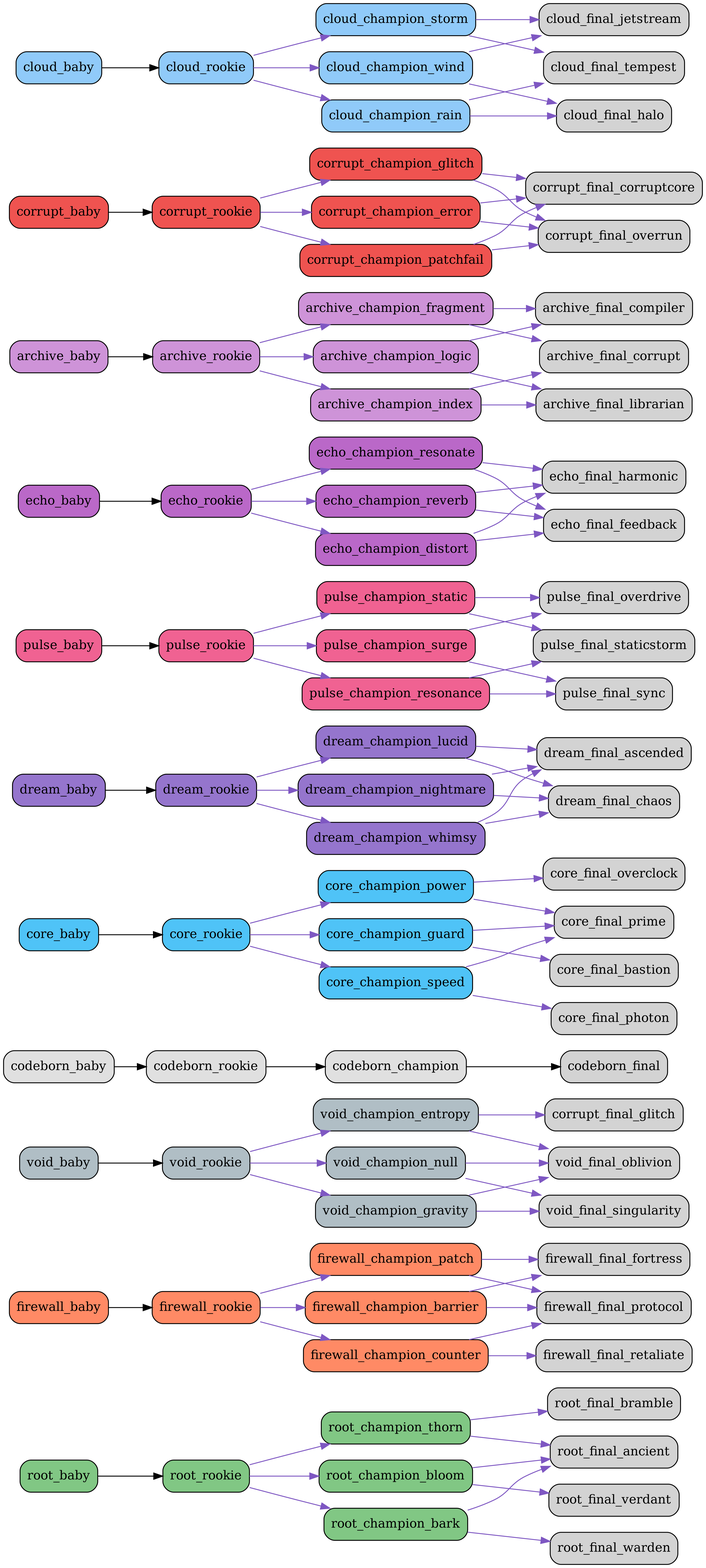
The Graphviz diagram src/netgrid/systems/evolution/graphs/full/evolution_graph.png in bwlight/NetGrid, before a commit. Its source is kept beside it as src/netgrid/systems/evolution/graphs/full/evolution_graph.dot.
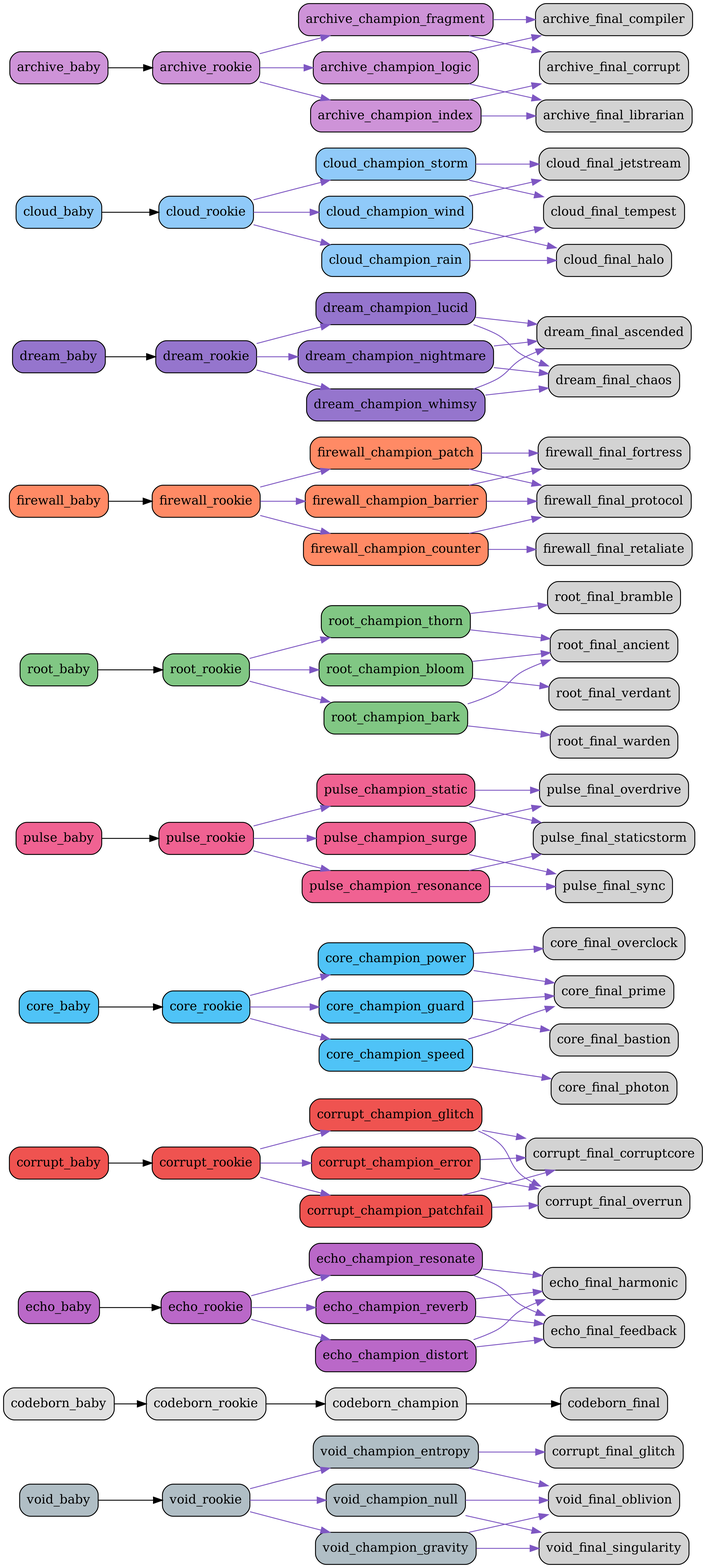
The same file after the commit.

Commit message:
Auto-update evolution graphs

What changed in the source:
```diff
@@ -1,6 +1,87 @@
 digraph EvolutionTree {
   rankdir=LR;
   node [shape=box, style="rounded,filled"];
+  "void_baby" [fillcolor="#b0bec5"];
+  "void_baby" -> "void_rookie";
+  "void_rookie" [fillcolor="#b0bec5"];
+  "void_rookie" -> "void_champion_entropy" [color="#7e57c2"];
+  "void_rookie" -> "void_champion_gravity" [color="#7e57c2"];
+  "void_rookie" -> "void_champion_null" [color="#7e57c2"];
+  "void_champion_entropy" [fillcolor="#b0bec5"];
+  "void_champion_entropy" -> "corrupt_final_glitch" [color="#7e57c2"];
+  "void_champion_entropy" -> "void_final_oblivion" [color="#7e57c2"];
+  "void_champion_gravity" [fillcolor="#b0bec5"];
+  "void_champion_gravity" -> "void_final_singularity" [color="#7e57c2"];
+  "void_champion_gravity" -> "void_final_oblivion" [color="#7e57c2"];
+  "void_champion_null" [fillcolor="#b0bec5"];
+  "void_champion_null" -> "void_final_oblivion" [color="#7e57c2"];
+  "void_champion_null" -> "void_final_singularity" [color="#7e57c2"];
+  "codeborn_baby" [fillcolor="#e0e0e0"];
+  "codeborn_baby" -> "codeborn_rookie";
+  "codeborn_rookie" [fillcolor="#e0e0e0"];
+  "codeborn_rookie" -> "codeborn_champion";
+  "codeborn_champion" [fillcolor="#e0e0e0"];
+  "codeborn_champion" -> "codeborn_final";
+  "echo_baby" [fillcolor="#ba68c8"];
+  "echo_baby" -> "echo_rookie";
+  "echo_rookie" [fillcolor="#ba68c8"];
+  "echo_rookie" -> "echo_champion_resonate" [color="#7e57c2"];
+  "echo_rookie" -> "echo_champion_reverb" [color="#7e57c2"];
+  "echo_rookie" -> "echo_champion_distort" [color="#7e57c2"];
+  "echo_champion_resonate" [fillcolor="#ba68c8"];
+  "echo_champion_resonate" -> "echo_final_harmonic" [color="#7e57c2"];
+  "echo_champion_resonate" -> "echo_final_feedback" [color="#7e57c2"];
+  "echo_champion_reverb" [fillcolor="#ba68c8"];
+  "echo_champion_reverb" -> "echo_final_feedback" [color="#7e57c2"];
+  "echo_champion_reverb" -> "echo_final_harmonic" [color="#7e57c2"];
+  "echo_champion_distort" [fillcolor="#ba68c8"];
+  "echo_champion_distort" -> "echo_final_feedback" [color="#7e57c2"];
+  "echo_champion_distort" -> "echo_final_harmonic" [color="#7e57c2"];
+  "corrupt_baby" [fillcolor="#ef5350"];
+  "corrupt_baby" -> "corrupt_rookie";
+  "corrupt_rookie" [fillcolor="#ef5350"];
+  "corrupt_rookie" -> "corrupt_champion_glitch" [color="#7e57c2"];
+  "corrupt_rookie" -> "corrupt_champion_error" [color="#7e57c2"];
+  "corrupt_rookie" -> "corrupt_champion_patchfail" [color="#7e57c2"];
+  "corrupt_champion_glitch" [fillcolor="#ef5350"];
+  "corrupt_champion_glitch" -> "corrupt_final_corruptcore" [color="#7e57c2"];
+  "corrupt_champion_glitch" -> "corrupt_final_overrun" [color="#7e57c2"];
+  "corrupt_champion_error" [fillcolor="#ef5350"];
+  "corrupt_champion_error" -> "corrupt_final_overrun" [color="#7e57c2"];
+  "corrupt_champion_error" -> "corrupt_final_corruptcore" [color="#7e57c2"];
+  "corrupt_champion_patchfail" [fillcolor="#ef5350"];
+  "corrupt_champion_patchfail" -> "corrupt_final_corruptcore" [color="#7e57c2"];
+  "corrupt_champion_patchfail" -> "corrupt_final_overrun" [color="#7e57c2"];
+  "core_baby" [fillcolor="#4fc3f7"];
+  "core_baby" -> "core_rookie";
+  "core_rookie" [fillcolor="#4fc3f7"];
+  "core_rookie" -> "core_champion_power" [color="#7e57c2"];
+  "core_rookie" -> "core_champion_guard" [color="#7e57c2"];
+  "core_rookie" -> "core_champion_speed" [color="#7e57c2"];
+  "core_champion_power" [fillcolor="#4fc3f7"];
+  "core_champion_power" -> "core_final_overclock" [color="#7e57c2"];
+  "core_champion_power" -> "core_final_prime" [color="#7e57c2"];
+  "core_champion_guard" [fillcolor="#4fc3f7"];
+  "core_champion_guard" -> "core_final_bastion" [color="#7e57c2"];
+  "core_champion_guard" -> "core_final_prime" [color="#7e57c2"];
+  "core_champion_speed" [fillcolor="#4fc3f7"];
+  "core_champion_speed" -> "core_final_photon" [color="#7e57c2"];
+  "core_champion_speed" -> "core_final_prime" [color="#7e57c2"];
+  "pulse_baby" [fillcolor="#f06292"];
+  "pulse_baby" -> "pulse_rookie";
+  "pulse_rookie" [fillcolor="#f06292"];
+  "pulse_rookie" -> "pulse_champion_surge" [color="#7e57c2"];
+  "pulse_rookie" -> "pulse_champion_resonance" [color="#7e57c2"];
+  "pulse_rookie" -> "pulse_champion_static" [color="#7e57c2"];
+  "pulse_champion_surge" [fillcolor="#f06292"];
+  "pulse_champion_surge" -> "pulse_final_overdrive" [color="#7e57c2"];
+  "pulse_champion_surge" -> "pulse_final_sync" [color="#7e57c2"];
+  "pulse_champion_resonance" [fillcolor="#f06292"];
+  "pulse_champion_resonance" -> "pulse_final_sync" [color="#7e57c2"];
+  "pulse_champion_resonance" -> "pulse_final_staticstorm" [color="#7e57c2"];
+  "pulse_champion_static" [fillcolor="#f06292"];
+  "pulse_champion_static" -> "pulse_final_staticstorm" [color="#7e57c2"];
+  "pulse_champion_static" -> "pulse_final_overdrive" [color="#7e57c2"];
   "root_baby" [fillcolor="#81c784"];
   "root_baby" -> "root_rookie";
   "root_rookie" [fillcolor="#81c784"];
@@ -31,42 +112,6 @@
   "firewall_champion_patch" [fillcolor="#ff8a65"];
   "firewall_champion_patch" -> "firewall_final_protocol" [color="#7e57c2"];
   "firewall_champion_patch" -> "firewall_final_fortress" [color="#7e57c2"];
-  "void_baby" [fillcolor="#b0bec5"];
-  "void_baby" -> "void_rookie";
-  "void_rookie" [fillcolor="#b0bec5"];
-  "void_rookie" -> "void_champion_entropy" [color="#7e57c2"];
-  "void_rookie" -> "void_champion_gravity" [color="#7e57c2"];
-  "void_rookie" -> "void_champion_null" [color="#7e57c2"];
-  "void_champion_entropy" [fillcolor="#b0bec5"];
-  "void_champion_entropy" -> "corrupt_final_glitch" [color="#7e57c2"];
-  "void_champion_entropy" -> "void_final_oblivion" [color="#7e57c2"];
-  "void_champion_gravity" [fillcolor="#b0bec5"];
-  "void_champion_gravity" -> "void_final_singularity" [color="#7e57c2"];
-  "void_champion_gravity" -> "void_final_oblivion" [color="#7e57c2"];
-  "void_champion_null" [fillcolor="#b0bec5"];
-  "void_champion_null" -> "void_final_oblivion" [color="#7e57c2"];
-  "void_champion_null" -> "void_final_singularity" [color="#7e57c2"];
-  "codeborn_baby" [fillcolor="#e0e0e0"];
-  "codeborn_baby" -> "codeborn_rookie";
-  "codeborn_rookie" [fillcolor="#e0e0e0"];
-  "codeborn_rookie" -> "codeborn_champion";
-  "codeborn_champion" [fillcolor="#e0e0e0"];
-  "codeborn_champion" -> "codeborn_final";
-  "core_baby" [fillcolor="#4fc3f7"];
-  "core_baby" -> "core_rookie";
-  "core_rookie" [fillcolor="#4fc3f7"];
-  "core_rookie" -> "core_champion_power" [color="#7e57c2"];
-  "core_rookie" -> "core_champion_guard" [color="#7e57c2"];
-  "core_rookie" -> "core_champion_speed" [color="#7e57c2"];
-  "core_champion_power" [fillcolor="#4fc3f7"];
-  "core_champion_power" -> "core_final_overclock" [color="#7e57c2"];
-  "core_champion_power" -> "core_final_prime" [color="#7e57c2"];
-  "core_champion_guard" [fillcolor="#4fc3f7"];
-  "core_champion_guard" -> "core_final_bastion" [color="#7e57c2"];
-  "core_champion_guard" -> "core_final_prime" [color="#7e57c2"];
-  "core_champion_speed" [fillcolor="#4fc3f7"];
-  "core_champion_speed" -> "core_final_photon" [color="#7e57c2"];
-  "core_champion_speed" -> "core_final_prime" [color="#7e57c2"];
   "dream_baby" [fillcolor="#9575cd"];
   "dream_baby" -> "dream_rookie";
   "dream_rookie" [fillcolor="#9575cd"];
@@ -82,36 +127,21 @@
   "dream_champion_whimsy" [fillcolor="#9575cd"];
   "dream_champion_whimsy" -> "dream_final_ascended" [color="#7e57c2"];
   "dream_champion_whimsy" -> "dream_final_chaos" [color="#7e57c2"];
-  "pulse_baby" [fillcolor="#f06292"];
-  "pulse_baby" -> "pulse_rookie";
-  "pulse_rookie" [fillcolor="#f06292"];
-  "pulse_rookie" -> "pulse_champion_surge" [color="#7e57c2"];
-  "pulse_rookie" -> "pulse_champion_resonance" [color="#7e57c2"];
-  "pulse_rookie" -> "pulse_champion_static" [color="#7e57c2"];
-  "pulse_champion_surge" [fillcolor="#f06292"];
-  "pulse_champion_surge" -> "pulse_final_overdrive" [color="#7e57c2"];
-  "pulse_champion_surge" -> "pulse_final_sync" [color="#7e57c2"];
-  "pulse_champion_resonance" [fillcolor="#f06292"];
-  "pulse_champion_resonance" -> "pulse_final_sync" [color="#7e57c2"];
-  "pulse_champion_resonance" -> "pulse_final_staticstorm" [color="#7e57c2"];
-  "pulse_champion_static" [fillcolor="#f06292"];
-  "pulse_champion_static" -> "pulse_final_staticstorm" [color="#7e57c2"];
-  "pulse_champion_static" -> "pulse_final_overdrive" [color="#7e57c2"];
-  "echo_baby" [fillcolor="#ba68c8"];
-  "echo_baby" -> "echo_rookie";
-  "echo_rookie" [fillcolor="#ba68c8"];
-  "echo_rookie" -> "echo_champion_resonate" [color="#7e57c2"];
-  "echo_rookie" -> "echo_champion_reverb" [color="#7e57c2"];
-  "echo_rookie" -> "echo_champion_distort" [color="#7e57c2"];
-  "echo_champion_resonate" [fillcolor="#ba68c8"];
-  "echo_champion_resonate" -> "echo_final_harmonic" [color="#7e57c2"];
-  "echo_champion_resonate" -> "echo_final_feedback" [color="#7e57c2"];
-  "echo_champion_reverb" [fillcolor="#ba68c8"];
-  "echo_champion_reverb" -> "echo_final_feedback" [color="#7e57c2"];
-  "echo_champion_reverb" -> "echo_final_harmonic" [color="#7e57c2"];
-  "echo_champion_distort" [fillcolor="#ba68c8"];
-  "echo_champion_distort" -> "echo_final_feedback" [color="#7e57c2"];
-  "echo_champion_distort" -> "echo_final_harmonic" [color="#7e57c2"];
+  "cloud_baby" [fillcolor="#90caf9"];
+  "cloud_baby" -> "cloud_rookie";
+  "cloud_rookie" [fillcolor="#90caf9"];
+  "cloud_rookie" -> "cloud_champion_wind" [color="#7e57c2"];
+  "cloud_rookie" -> "cloud_champion_rain" [color="#7e57c2"];
+  "cloud_rookie" -> "cloud_champion_storm" [color="#7e57c2"];
+  "cloud_champion_wind" [fillcolor="#90caf9"];
+  "cloud_champion_wind" -> "cloud_final_jetstream" [color="#7e57c2"];
+  "cloud_champion_wind" -> "cloud_final_halo" [color="#7e57c2"];
+  "cloud_champion_rain" [fillcolor="#90caf9"];
+  "cloud_champion_rain" -> "cloud_final_halo" [color="#7e57c2"];
+  "cloud_champion_rain" -> "cloud_final_tempest" [color="#7e57c2"];
+  "cloud_champion_storm" [fillcolor="#90caf9"];
+  "cloud_champion_storm" -> "cloud_final_tempest" [color="#7e57c2"];
+  "cloud_champion_storm" -> "cloud_final_jetstream" [color="#7e57c2"];
   "archive_baby" [fillcolor="#ce93d8"];
   "archive_baby" -> "archive_rookie";
   "archive_rookie" [fillcolor="#ce93d8"];
@@ -127,34 +157,4 @@
   "archive_champion_fragment" [fillcolor="#ce93d8"];
   "archive_champion_fragment" -> "archive_final_corrupt" [color="#7e57c2"];
   "archive_champion_fragment" -> "archive_final_compiler" [color="#7e57c2"];
-  "corrupt_baby" [fillcolor="#ef5350"];
-  "corrupt_baby" -> "corrupt_rookie";
-  "corrupt_rookie" [fillcolor="#ef5350"];
-  "corrupt_rookie" -> "corrupt_champion_glitch" [color="#7e57c2"];
-  "corrupt_rookie" -> "corrupt_champion_error" [color="#7e57c2"];
-  "corrupt_rookie" -> "corrupt_champion_patchfail" [color="#7e57c2"];
-  "corrupt_champion_glitch" [fillcolor="#ef5350"];
-  "corrupt_champion_glitch" -> "corrupt_final_corruptcore" [color="#7e57c2"];
-  "corrupt_champion_glitch" -> "corrupt_final_overrun" [color="#7e57c2"];
-  "corrupt_champion_error" [fillcolor="#ef5350"];
-  "corrupt_champion_error" -> "corrupt_final_overrun" [color="#7e57c2"];
-  "corrupt_champion_error" -> "corrupt_final_corruptcore" [color="#7e57c2"];
-  "corrupt_champion_patchfail" [fillcolor="#ef5350"];
-  "corrupt_champion_patchfail" -> "corrupt_final_corruptcore" [color="#7e57c2"];
-  "corrupt_champion_patchfail" -> "corrupt_final_overrun" [color="#7e57c2"];
-  "cloud_baby" [fillcolor="#90caf9"];
-  "cloud_baby" -> "cloud_rookie";
-  "cloud_rookie" [fillcolor="#90caf9"];
-  "cloud_rookie" -> "cloud_champion_wind" [color="#7e57c2"];
-  "cloud_rookie" -> "cloud_champion_rain" [color="#7e57c2"];
-  "cloud_rookie" -> "cloud_champion_storm" [color="#7e57c2"];
-  "cloud_champion_wind" [fillcolor="#90caf9"];
-  "cloud_champion_wind" -> "cloud_final_jetstream" [color="#7e57c2"];
-  "cloud_champion_wind" -> "cloud_final_halo" [color="#7e57c2"];
-  "cloud_champion_rain" [fillcolor="#90caf9"];
-  "cloud_champion_rain" -> "cloud_final_halo" [color="#7e57c2"];
-  "cloud_champion_rain" -> "cloud_final_tempest" [color="#7e57c2"];
-  "cloud_champion_storm" [fillcolor="#90caf9"];
-  "cloud_champion_storm" -> "cloud_final_tempest" [color="#7e57c2"];
-  "cloud_champion_storm" -> "cloud_final_jetstream" [color="#7e57c2"];
 }
```
